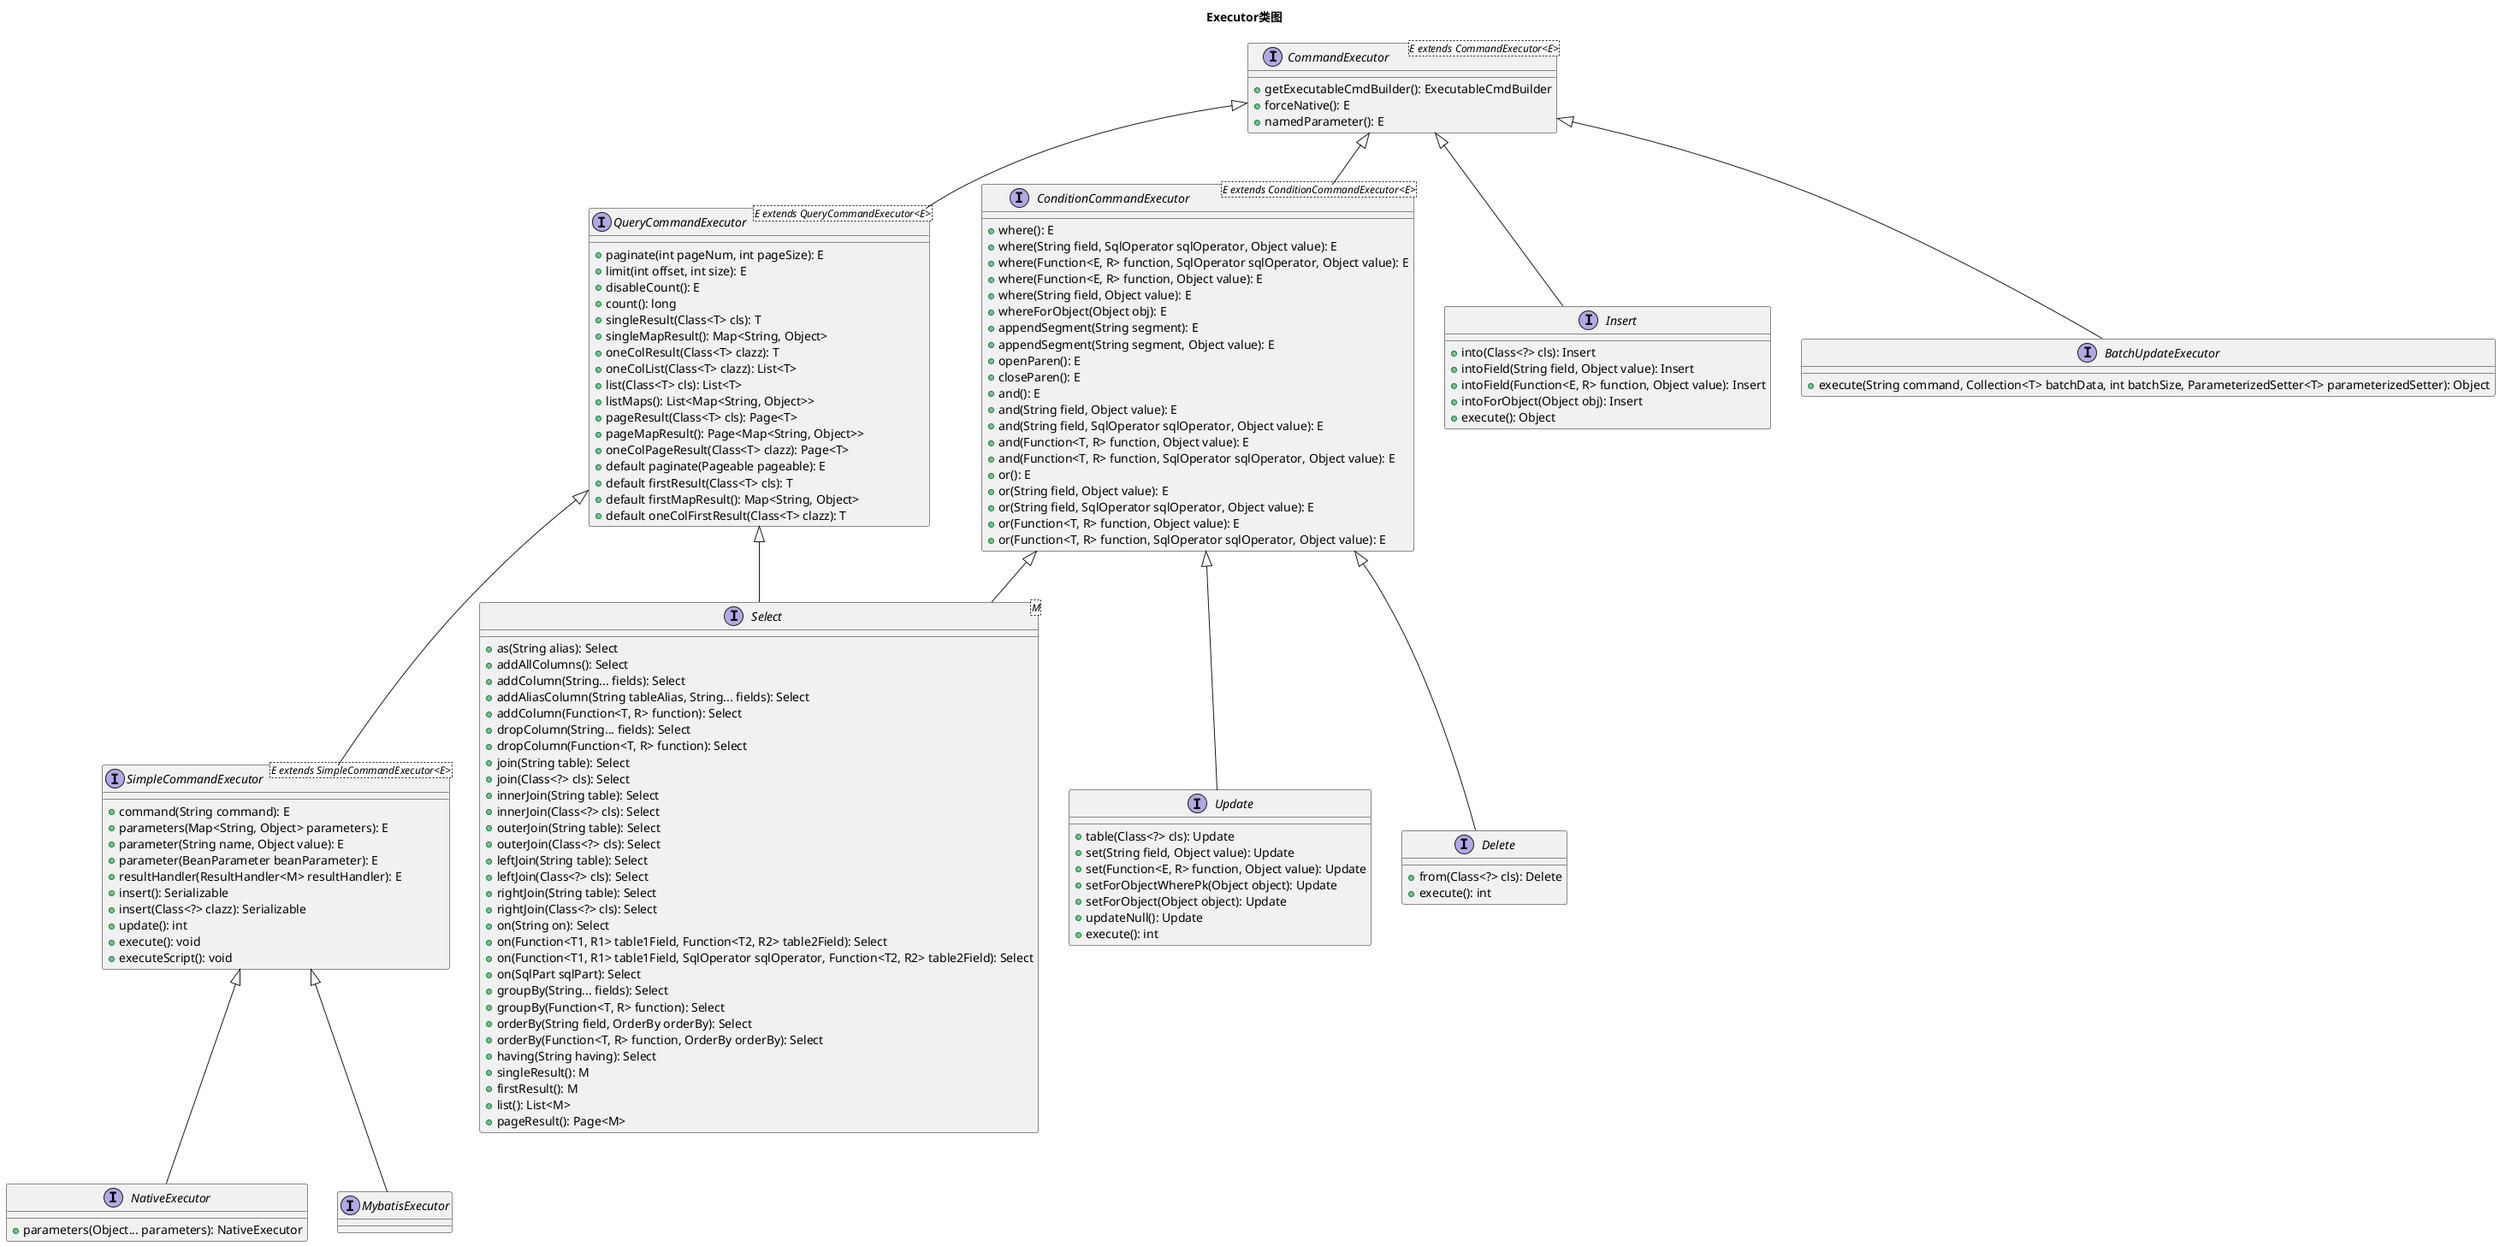
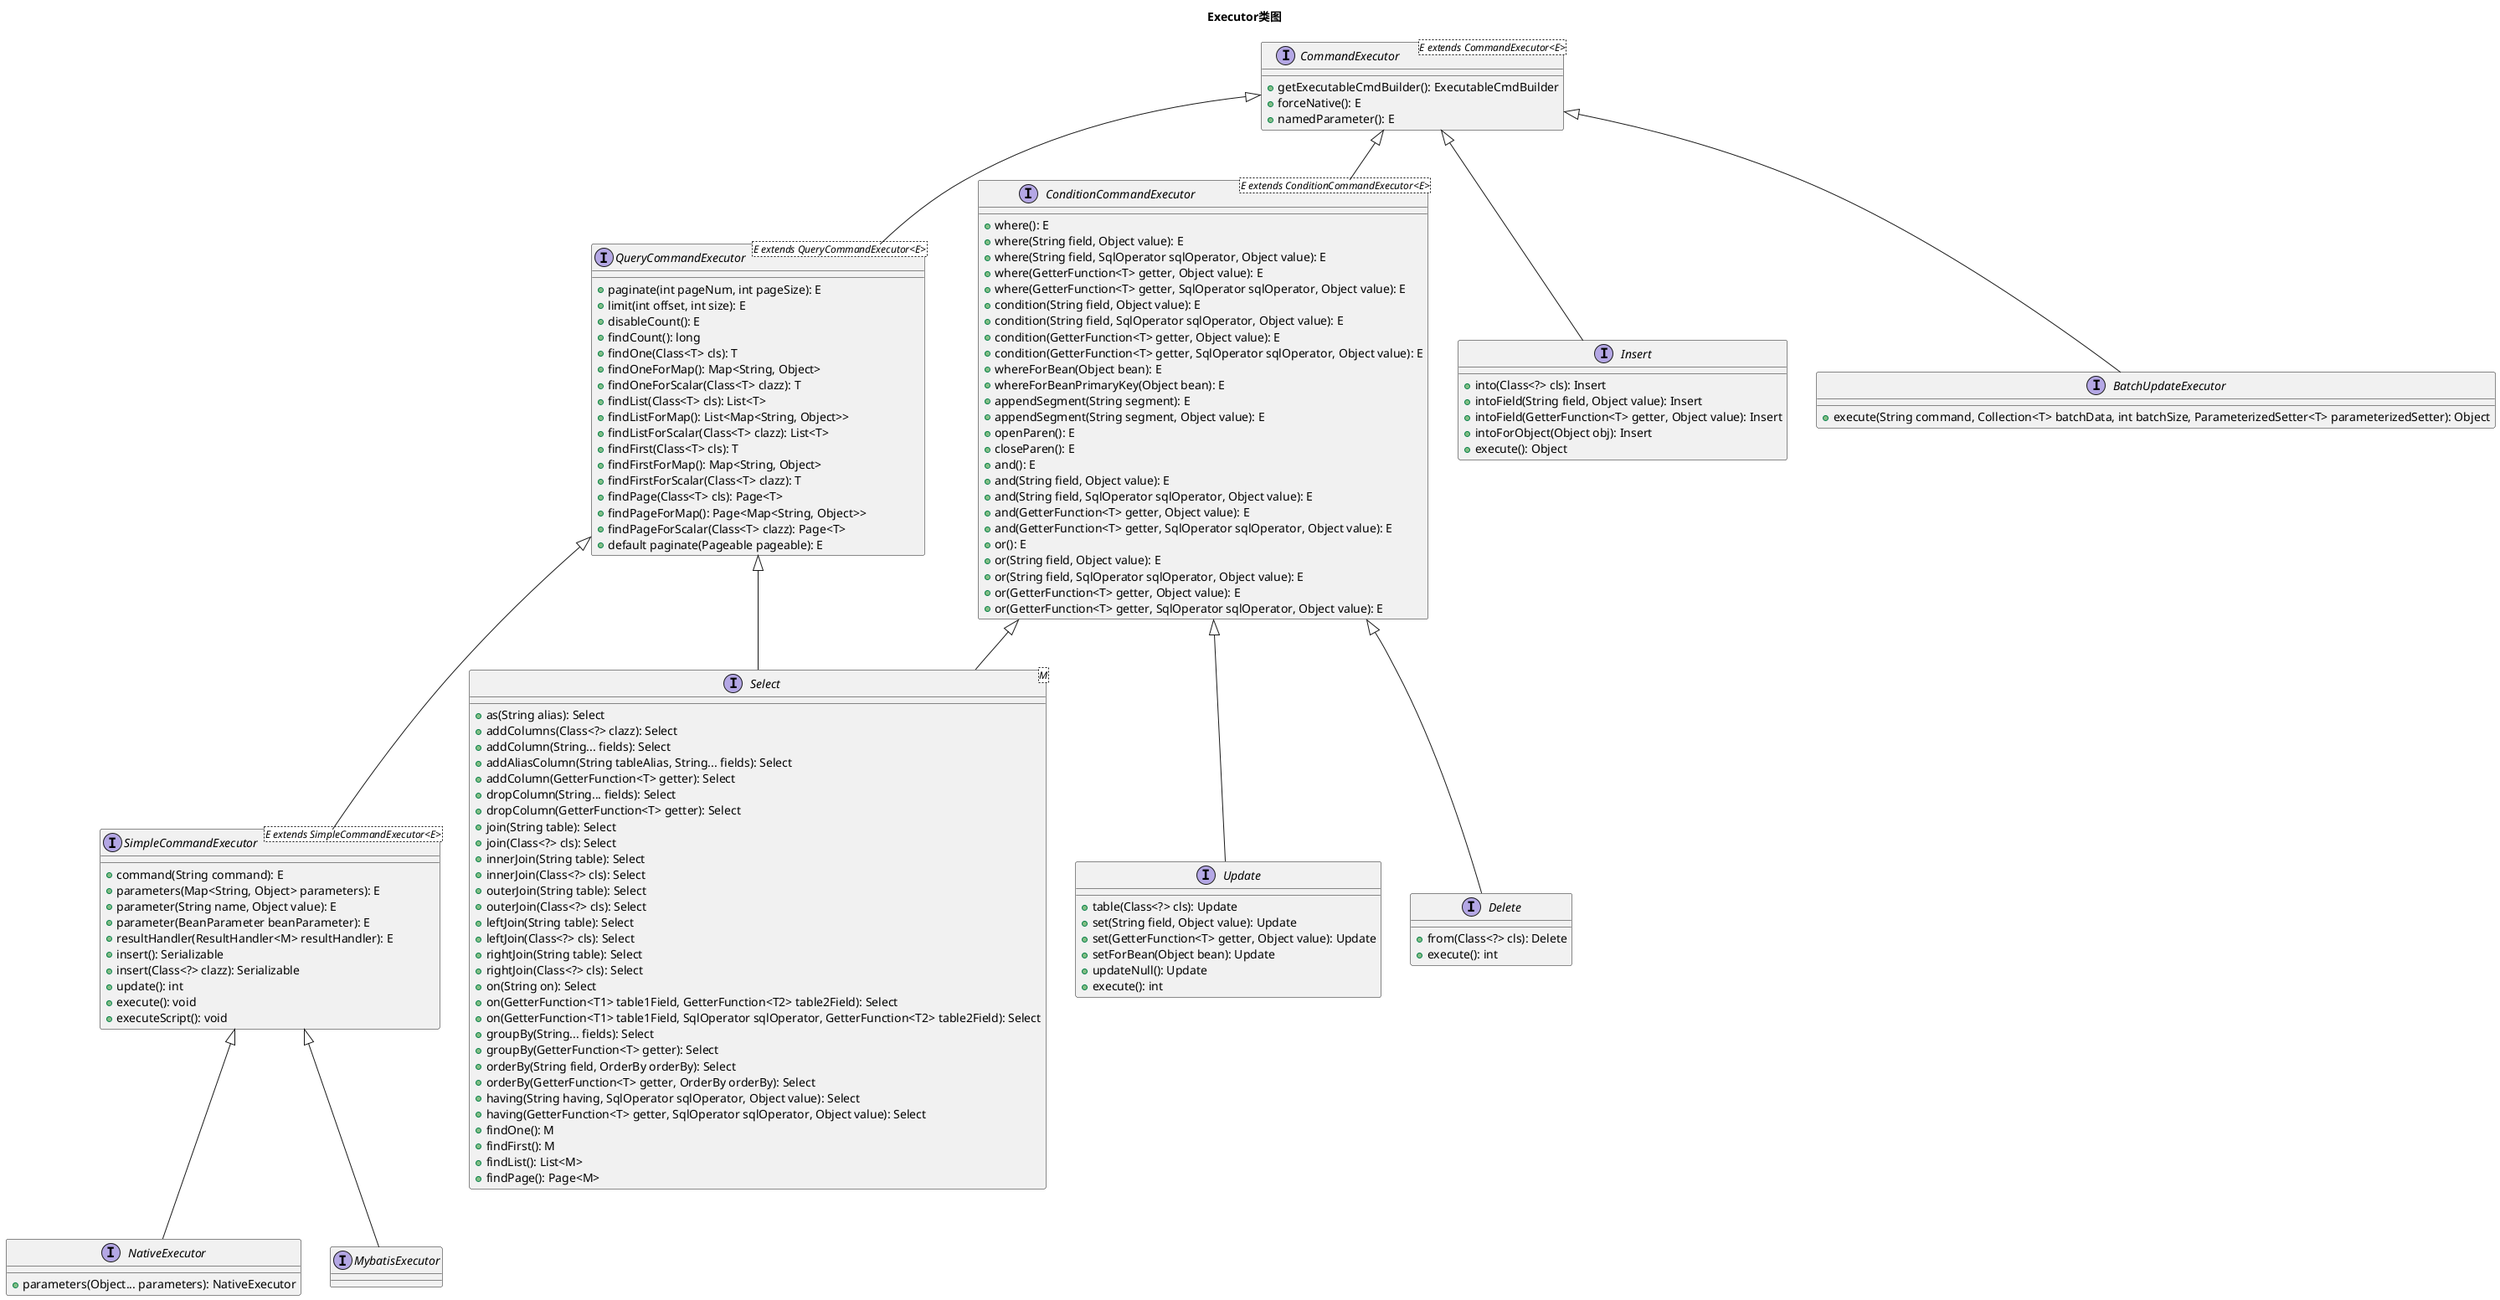
@startuml Executor类图
title Executor类图

interface CommandExecutor<E extends CommandExecutor<E>> {
  + getExecutableCmdBuilder(): ExecutableCmdBuilder
  + forceNative(): E
  + namedParameter(): E
}

interface QueryCommandExecutor<E extends QueryCommandExecutor<E>> extends CommandExecutor {
  + paginate(int pageNum, int pageSize): E
  + limit(int offset, int size): E
  + disableCount(): E
-   + count(): long
-   + singleResult(Class<T> cls): T
-   + singleMapResult(): Map<String, Object>
-   + oneColResult(Class<T> clazz): T
-   + oneColList(Class<T> clazz): List<T>
-   + list(Class<T> cls): List<T>
-   + listMaps(): List<Map<String, Object>>
-   + pageResult(Class<T> cls): Page<T>
-   + pageMapResult(): Page<Map<String, Object>>
-   + oneColPageResult(Class<T> clazz): Page<T>
+   + findCount(): long
+   + findOne(Class<T> cls): T
+   + findOneForMap(): Map<String, Object>
+   + findOneForScalar(Class<T> clazz): T
+   + findList(Class<T> cls): List<T>
+   + findListForMap(): List<Map<String, Object>>
+   + findListForScalar(Class<T> clazz): List<T>
+   + findFirst(Class<T> cls): T
+   + findFirstForMap(): Map<String, Object>
+   + findFirstForScalar(Class<T> clazz): T
+   + findPage(Class<T> cls): Page<T>
+   + findPageForMap(): Page<Map<String, Object>>
+   + findPageForScalar(Class<T> clazz): Page<T>
  + default paginate(Pageable pageable): E
-   + default firstResult(Class<T> cls): T
-   + default firstMapResult(): Map<String, Object>
-   + default oneColFirstResult(Class<T> clazz): T
}

interface ConditionCommandExecutor<E extends ConditionCommandExecutor<E>> extends CommandExecutor {
  + where(): E
+   + where(String field, Object value): E
  + where(String field, SqlOperator sqlOperator, Object value): E
-   + where(Function<E, R> function, SqlOperator sqlOperator, Object value): E
-   + where(Function<E, R> function, Object value): E
-   + where(String field, Object value): E
-   + whereForObject(Object obj): E
+   + where(GetterFunction<T> getter, Object value): E
+   + where(GetterFunction<T> getter, SqlOperator sqlOperator, Object value): E
+   + condition(String field, Object value): E
+   + condition(String field, SqlOperator sqlOperator, Object value): E
+   + condition(GetterFunction<T> getter, Object value): E
+   + condition(GetterFunction<T> getter, SqlOperator sqlOperator, Object value): E
+   + whereForBean(Object bean): E
+   + whereForBeanPrimaryKey(Object bean): E
  + appendSegment(String segment): E
  + appendSegment(String segment, Object value): E
  + openParen(): E
  + closeParen(): E
  + and(): E
  + and(String field, Object value): E
  + and(String field, SqlOperator sqlOperator, Object value): E
-   + and(Function<T, R> function, Object value): E
-   + and(Function<T, R> function, SqlOperator sqlOperator, Object value): E
+   + and(GetterFunction<T> getter, Object value): E
+   + and(GetterFunction<T> getter, SqlOperator sqlOperator, Object value): E
  + or(): E
  + or(String field, Object value): E
  + or(String field, SqlOperator sqlOperator, Object value): E
-   + or(Function<T, R> function, Object value): E
-   + or(Function<T, R> function, SqlOperator sqlOperator, Object value): E
+   + or(GetterFunction<T> getter, Object value): E
+   + or(GetterFunction<T> getter, SqlOperator sqlOperator, Object value): E
}
- 

interface Select<M> extends QueryCommandExecutor, ConditionCommandExecutor {
  + as(String alias): Select
-   + addAllColumns(): Select
+   + addColumns(Class<?> clazz): Select
  + addColumn(String... fields): Select
  + addAliasColumn(String tableAlias, String... fields): Select
-   + addColumn(Function<T, R> function): Select
+   + addColumn(GetterFunction<T> getter): Select
  + dropColumn(String... fields): Select
-   + dropColumn(Function<T, R> function): Select
+   + dropColumn(GetterFunction<T> getter): Select
  + join(String table): Select
  + join(Class<?> cls): Select
  + innerJoin(String table): Select
  + innerJoin(Class<?> cls): Select
  + outerJoin(String table): Select
  + outerJoin(Class<?> cls): Select
  + leftJoin(String table): Select
  + leftJoin(Class<?> cls): Select
  + rightJoin(String table): Select
  + rightJoin(Class<?> cls): Select
  + on(String on): Select
-   + on(Function<T1, R1> table1Field, Function<T2, R2> table2Field): Select
-   + on(Function<T1, R1> table1Field, SqlOperator sqlOperator, Function<T2, R2> table2Field): Select
-   + on(SqlPart sqlPart): Select
+   + on(GetterFunction<T1> table1Field, GetterFunction<T2> table2Field): Select
+   + on(GetterFunction<T1> table1Field, SqlOperator sqlOperator, GetterFunction<T2> table2Field): Select
  + groupBy(String... fields): Select
-   + groupBy(Function<T, R> function): Select
+   + groupBy(GetterFunction<T> getter): Select
  + orderBy(String field, OrderBy orderBy): Select
-   + orderBy(Function<T, R> function, OrderBy orderBy): Select
-   + having(String having): Select
-   + singleResult(): M
-   + firstResult(): M
-   + list(): List<M>
-   + pageResult(): Page<M>
+   + orderBy(GetterFunction<T> getter, OrderBy orderBy): Select
+   + having(String having, SqlOperator sqlOperator, Object value): Select
+   + having(GetterFunction<T> getter, SqlOperator sqlOperator, Object value): Select
+   + findOne(): M
+   + findFirst(): M
+   + findList(): List<M>
+   + findPage(): Page<M>
}

interface Update extends ConditionCommandExecutor {
  + table(Class<?> cls): Update
  + set(String field, Object value): Update
-   + set(Function<E, R> function, Object value): Update
-   + setForObjectWherePk(Object object): Update
-   + setForObject(Object object): Update
+   + set(GetterFunction<T> getter, Object value): Update
+   + setForBean(Object bean): Update
  + updateNull(): Update
  + execute(): int
}

interface Delete extends ConditionCommandExecutor {
  + from(Class<?> cls): Delete
  + execute(): int
}

interface Insert extends CommandExecutor {
  + into(Class<?> cls): Insert
  + intoField(String field, Object value): Insert
-   + intoField(Function<E, R> function, Object value): Insert
+   + intoField(GetterFunction<T> getter, Object value): Insert
  + intoForObject(Object obj): Insert
  + execute(): Object
}

interface SimpleCommandExecutor<E extends SimpleCommandExecutor<E>> extends QueryCommandExecutor {
  + command(String command): E
  + parameters(Map<String, Object> parameters): E
  + parameter(String name, Object value): E
  + parameter(BeanParameter beanParameter): E
  + resultHandler(ResultHandler<M> resultHandler): E
  + insert(): Serializable
  + insert(Class<?> clazz): Serializable
  + update(): int
  + execute(): void
  + executeScript(): void
}

interface NativeExecutor extends SimpleCommandExecutor {
  + parameters(Object... parameters): NativeExecutor
}

interface MybatisExecutor extends SimpleCommandExecutor {

}

interface BatchUpdateExecutor extends CommandExecutor {
  + execute(String command, Collection<T> batchData, int batchSize, ParameterizedSetter<T> parameterizedSetter): Object
}

- @enduml+ @enduml
